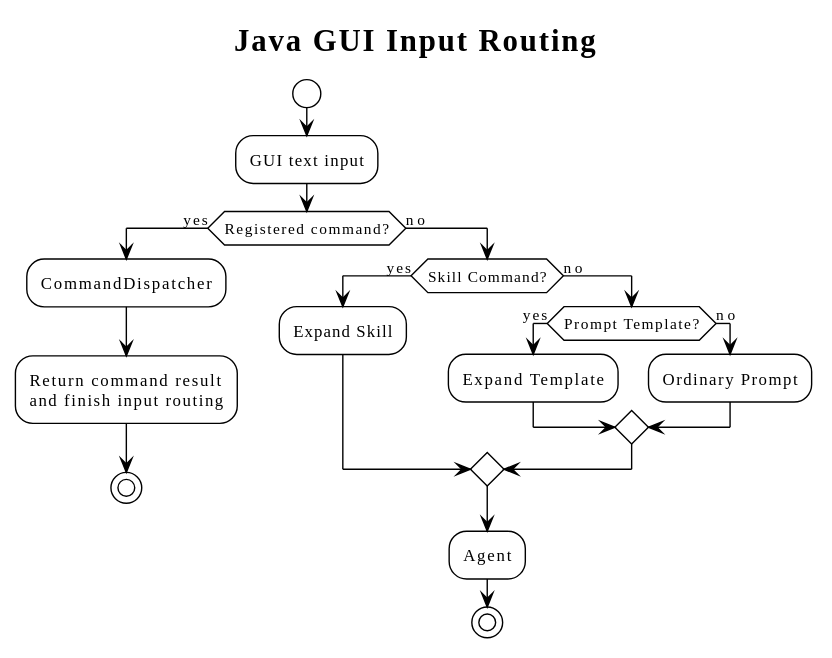
Before: diagrams/command/06-input-routing.svg, a diagram exported from PlantUML (superheromeZzh/pi-mono-java-design).
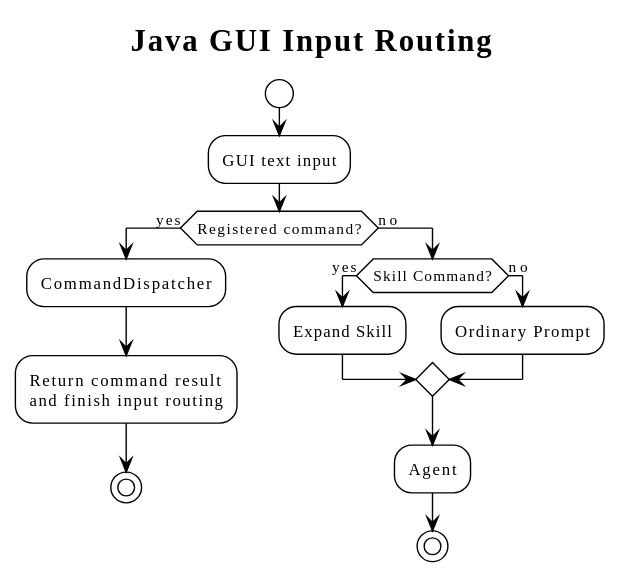
After the commit.

Commit message:
docs(agent): remove prompt command routing

What changed in the source:
```diff
@@ -16,11 +16,7 @@
   if (Skill Command?) then (yes)
     :Expand Skill;
   else (no)
-    if (Prompt Template?) then (yes)
-      :Expand Template;
-    else (no)
-      :Ordinary Prompt;
-    endif
+    :Ordinary Prompt;
   endif
   :Agent;
   stop
```
